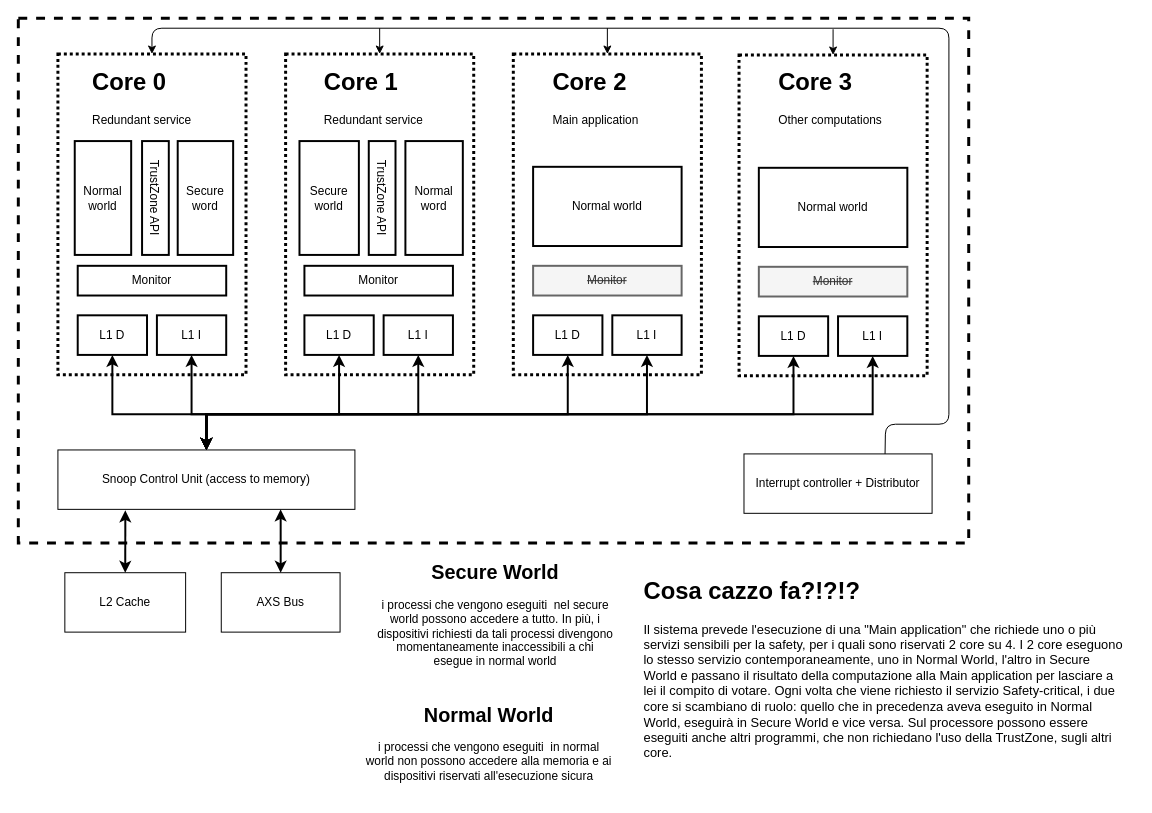
Earlier version of the draw.io diagram page "Page-4" (3 of 4) of Untitled Diagram.drawio (gabrielegiannini/quality-and-certification-project). Source tidied: cells renumbered, new cells numbered last; positions are measured from the earlier drawing's top-left corner, leaving out a move shared by most shapes. Both pictures are drawn from the tidied source at 99%, with x=0, y=0 at pixel (18, 18).
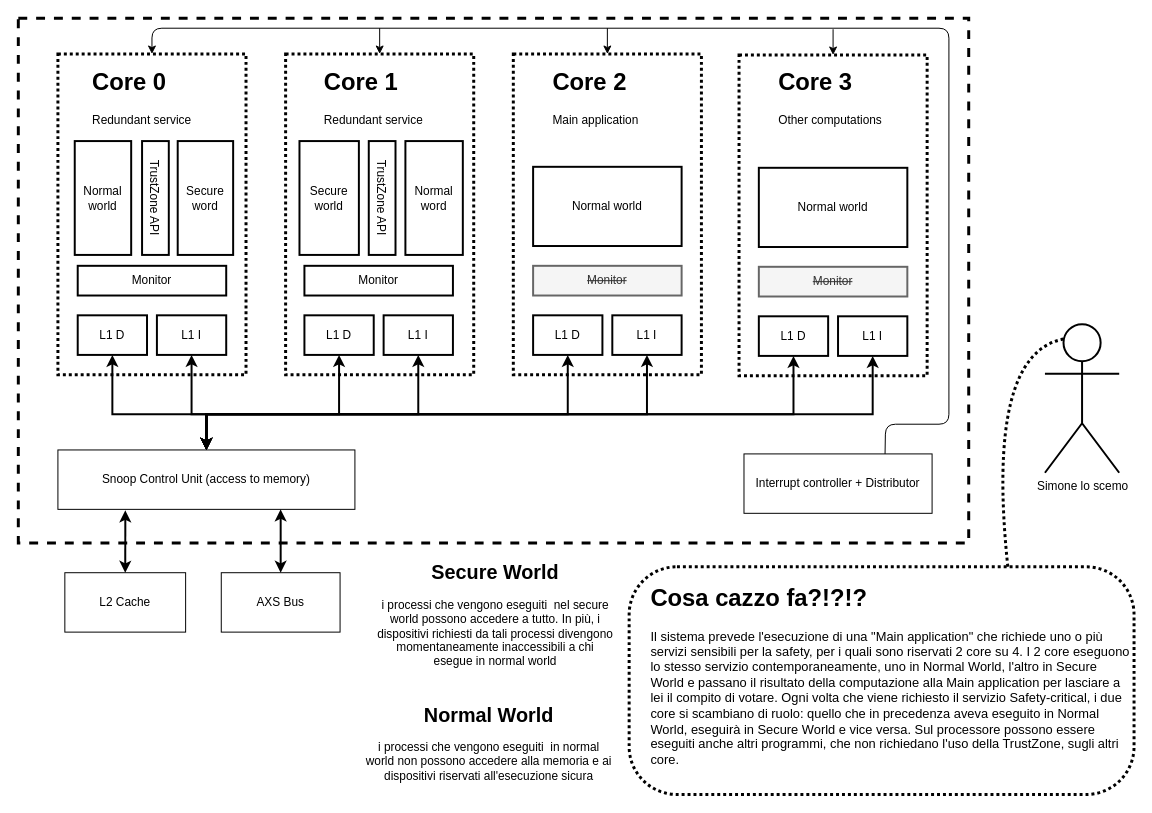
The same diagram, later.

Commit message:
Ti PiAcCiOnO lE cPu?

Diff of the diagram source:
```diff
@@
+    <mxCell id="52" style="whiteSpace=wrap;html=1;rounded=1;arcSize=21;align=center;verticalAlign=middle;strokeWidth=3;spacing=4;fillColor=none;dashed=1;dashPattern=1 1;" parent="1" vertex="1">
+      <mxGeometry x="617" y="554" width="510" height="230" as="geometry" />
+    </mxCell>
@@
     <mxCell id="47" value="&lt;h1&gt;Cosa cazzo fa?!?!?&lt;br&gt;&lt;/h1&gt;&lt;p style=&quot;font-size: 13px&quot;&gt;Il sistema prevede l'esecuzione di una &quot;Main application&quot; che richiede uno o più servizi sensibili per la safety, per i quali sono riservati 2 core su 4. I 2 core eseguono lo stesso servizio contemporaneamente, uno in Normal World, l'altro in Secure World e passano il risultato della computazione alla Main application per lasciare a lei il compito di votare. Ogni volta che viene richiesto il servizio Safety-critical, i due core si scambiano di ruolo: quello che in precedenza aveva eseguito in Normal World, eseguirà in Secure World e vice versa. Sul processore possono essere eseguiti anche altri programmi, che non richiedano l'uso della TrustZone, sugli altri core.&lt;br&gt;&lt;/p&gt;" style="text;html=1;strokeColor=none;fillColor=none;spacing=5;spacingTop=-20;whiteSpace=wrap;overflow=hidden;rounded=0;" parent="1" vertex="1">
-      <mxGeometry x="627" y="559" width="492" height="209" as="geometry" />
+      <mxGeometry x="634" y="566" width="492" height="205" as="geometry" />
     </mxCell>
@@
+    <mxCell id="53" value="Simone lo scemo" style="shape=umlActor;verticalLabelPosition=bottom;labelBackgroundColor=#ffffff;verticalAlign=top;html=1;outlineConnect=0;strokeWidth=2;fillColor=none;" parent="1" vertex="1">
+      <mxGeometry x="1037" y="309" width="75" height="150" as="geometry" />
+    </mxCell>
+    <mxCell id="54" style="curved=1;endArrow=none;html=1;exitX=0.75;exitY=0;exitDx=0;exitDy=0;entryX=0.25;entryY=0.1;entryDx=0;entryDy=0;entryPerimeter=0;endFill=0;dashed=1;dashPattern=1 1;strokeWidth=3;" parent="1" edge="1" source="52" target="53">
+      <mxGeometry relative="1" as="geometry">
+        <Array as="points">
+          <mxPoint x="977" y="339" />
+        </Array>
+      </mxGeometry>
+    </mxCell>
```
